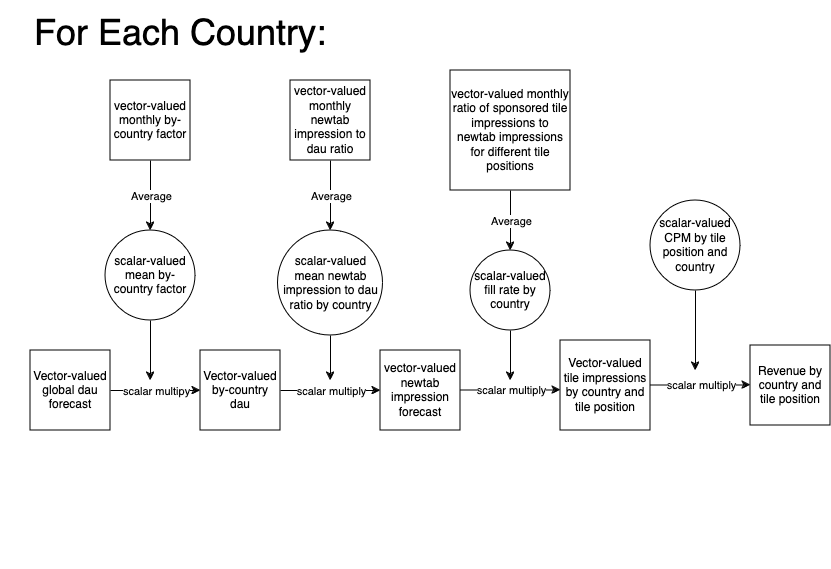
mozilla/moz-forecasting keeps this draw.io diagram as moz_forecasting/ad_tiles_forecast/desktop_tiles_flow.drawio.png. Above is the earlier version. Source tidied: cells renumbered, new cells last; positions are measured from the earlier drawing's top-left corner, leaving out a move shared by most shapes.
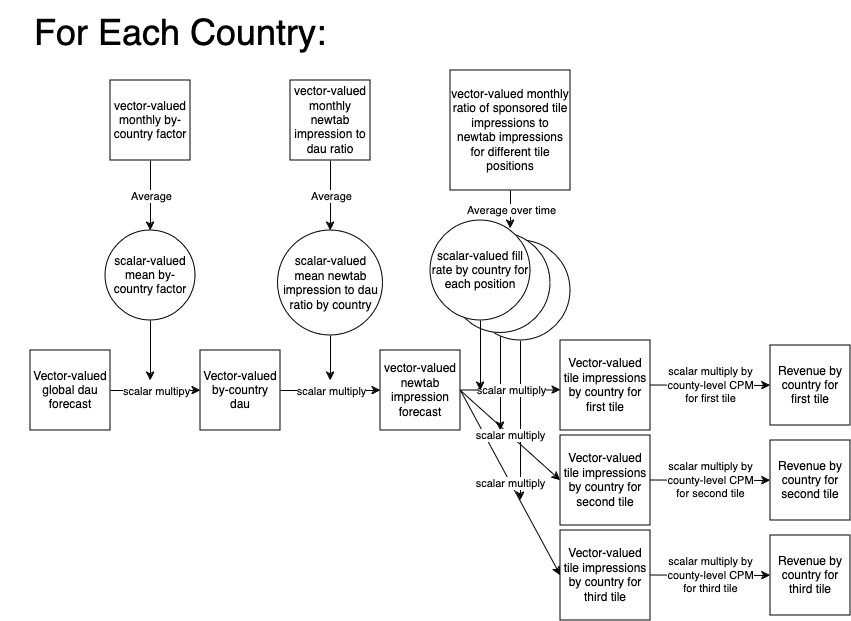
The same diagram one commit later.

Commit message:
Update tiles direct sales (#18)

Diff of the diagram source:
```diff
@@ -2,6 +2,28 @@
   <root>
     <mxCell id="0" />
     <mxCell id="1" parent="0" />
+    <mxCell id="34" value="&lt;div&gt;Vector-valued tile impressions&lt;/div&gt;&lt;div&gt;by country for third tile&lt;/div&gt;" style="whiteSpace=wrap;html=1;" parent="1" vertex="1">
+      <mxGeometry x="560" y="530" width="90" height="90" as="geometry" />
+    </mxCell>
+    <mxCell id="35" value="&lt;div&gt;Vector-valued tile impressions&lt;/div&gt;&lt;div&gt;by country for second tile&lt;br&gt;&lt;/div&gt;" style="whiteSpace=wrap;html=1;" parent="1" vertex="1">
+      <mxGeometry x="560" y="435" width="90" height="90" as="geometry" />
+    </mxCell>
+    <mxCell id="36" style="endArrow=classic;html=1;rounded=0;exitX=0.5;exitY=1;exitDx=0;exitDy=0;" parent="1" edge="1" source="38">
+      <mxGeometry relative="1" as="geometry">
+        <mxPoint x="520" y="500" as="targetPoint" />
+      </mxGeometry>
+    </mxCell>
+    <mxCell id="37" style="endArrow=classic;html=1;rounded=0;exitX=0.5;exitY=1;exitDx=0;exitDy=0;" parent="1" edge="1" source="39">
+      <mxGeometry relative="1" as="geometry">
+        <mxPoint x="500" y="430" as="targetPoint" />
+      </mxGeometry>
+    </mxCell>
+    <mxCell id="38" style="ellipse;whiteSpace=wrap;html=1;" parent="1" vertex="1">
+      <mxGeometry x="470" y="240" width="100" height="100" as="geometry" />
+    </mxCell>
+    <mxCell id="39" style="ellipse;whiteSpace=wrap;html=1;" parent="1" vertex="1">
+      <mxGeometry x="450" y="232.5" width="100" height="100" as="geometry" />
+    </mxCell>
     <mxCell id="2" value="Vector-valued global dau forecast" style="whiteSpace=wrap;html=1;" parent="1" vertex="1">
       <mxGeometry x="30" y="350" width="80" height="80" as="geometry" />
     </mxCell>
@@ -48,8 +70,8 @@
     <mxCell id="14" value="scalar multiply" style="edgeLabel;html=1;align=center;verticalAlign=middle;" parent="13" vertex="1">
       <mxGeometry relative="1" as="geometry" />
     </mxCell>
-    <mxCell id="15" value="scalar-valued fill rate by country " style="ellipse;whiteSpace=wrap;html=1;" parent="1" vertex="1">
-      <mxGeometry x="470" y="250" width="80" height="80" as="geometry" />
+    <mxCell id="15" value="&lt;div&gt;scalar-valued fill rate by country for&lt;/div&gt;&lt;div&gt;each position&lt;br&gt; &lt;/div&gt;" style="ellipse;whiteSpace=wrap;html=1;" parent="1" vertex="1">
+      <mxGeometry x="430" y="220" width="100" height="100" as="geometry" />
     </mxCell>
     <mxCell id="16" value="vector-valued monthly by-country factor" style="whiteSpace=wrap;html=1;" parent="1" vertex="1">
       <mxGeometry x="110" y="80" width="80" height="80" as="geometry" />
@@ -78,42 +100,72 @@
     <mxCell id="23" value="&lt;div&gt;vector-valued monthly ratio of sponsored tile impressions to newtab impressions&lt;/div&gt;&lt;div&gt;for different tile positions&lt;br&gt;&lt;/div&gt;" style="whiteSpace=wrap;html=1;" parent="1" vertex="1">
       <mxGeometry x="450" y="70" width="120" height="120" as="geometry" />
     </mxCell>
-    <mxCell id="24" style="endArrow=classic;html=1;rounded=0;exitX=0.5;exitY=1;exitDx=0;exitDy=0;entryX=0.5;entryY=0;entryDx=0;entryDy=0;" parent="1" edge="1" source="23" target="15">
-      <mxGeometry relative="1" as="geometry" />
+    <mxCell id="24" style="endArrow=classic;html=1;rounded=0;exitX=0.5;exitY=1;exitDx=0;exitDy=0;" parent="1" edge="1" source="23">
+      <mxGeometry relative="1" as="geometry">
+        <mxPoint x="510" y="228" as="targetPoint" />
+      </mxGeometry>
     </mxCell>
-    <mxCell id="25" value="Average" style="edgeLabel;html=1;align=center;verticalAlign=middle;" parent="24" vertex="1">
+    <mxCell id="25" value="Average over time" style="edgeLabel;html=1;align=center;verticalAlign=middle;" parent="24" vertex="1">
       <mxGeometry relative="1" as="geometry" />
     </mxCell>
-    <mxCell id="26" style="endArrow=classic;html=1;rounded=0;exitX=0.5;exitY=1;exitDx=0;exitDy=0;" parent="1" edge="1" source="15">
+    <mxCell id="26" style="endArrow=classic;html=1;rounded=0;" parent="1" edge="1">
       <mxGeometry relative="1" as="geometry">
-        <mxPoint x="510" y="380" as="targetPoint" />
+        <mxPoint x="480" y="320" as="sourcePoint" />
+        <mxPoint x="480" y="390" as="targetPoint" />
       </mxGeometry>
     </mxCell>
-    <mxCell id="27" value="&lt;div&gt;Vector-valued tile impressions&lt;/div&gt;&lt;div&gt;by country and tile position&lt;br&gt;&lt;/div&gt;" style="whiteSpace=wrap;html=1;" parent="1" vertex="1">
+    <mxCell id="27" value="&lt;div&gt;Vector-valued tile impressions&lt;/div&gt;&lt;div&gt;by country for first tile&lt;br&gt;&lt;/div&gt;" style="whiteSpace=wrap;html=1;" parent="1" vertex="1">
       <mxGeometry x="560" y="340" width="90" height="90" as="geometry" />
     </mxCell>
-    <mxCell id="28" value="scalar-valued CPM by tile position and country" style="ellipse;whiteSpace=wrap;html=1;" parent="1" vertex="1">
-      <mxGeometry x="650" y="200" width="90" height="90" as="geometry" />
-    </mxCell>
-    <mxCell id="29" style="endArrow=classic;html=1;rounded=0;" parent="1" edge="1">
+    <mxCell id="29" style="endArrow=classic;html=1;rounded=0;entryX=0;entryY=0.5;entryDx=0;entryDy=0;" parent="1" edge="1" target="31">
       <mxGeometry relative="1" as="geometry">
         <mxPoint x="650" y="384.5" as="sourcePoint" />
-        <mxPoint x="750" y="384.5" as="targetPoint" />
       </mxGeometry>
     </mxCell>
-    <mxCell id="30" value="scalar multiply" style="edgeLabel;html=1;align=center;verticalAlign=middle;" parent="29" vertex="1">
+    <mxCell id="30" value="&lt;div&gt;scalar multiply by&lt;/div&gt;&lt;div&gt;county-level CPM&lt;/div&gt;&lt;div&gt;for first tile&lt;br&gt;&lt;/div&gt;" style="edgeLabel;html=1;align=center;verticalAlign=middle;" parent="29" vertex="1">
       <mxGeometry relative="1" as="geometry" />
     </mxCell>
-    <mxCell id="31" value="Revenue by country and tile position" style="whiteSpace=wrap;html=1;" parent="1" vertex="1">
-      <mxGeometry x="750" y="345" width="80" height="80" as="geometry" />
+    <mxCell id="31" value="Revenue by country for first tile" style="whiteSpace=wrap;html=1;" parent="1" vertex="1">
+      <mxGeometry x="770" y="345" width="80" height="80" as="geometry" />
     </mxCell>
-    <mxCell id="32" style="endArrow=classic;html=1;rounded=0;exitX=0.5;exitY=1;exitDx=0;exitDy=0;" parent="1" edge="1" source="28">
-      <mxGeometry relative="1" as="geometry">
-        <mxPoint x="695" y="370" as="targetPoint" />
-      </mxGeometry>
-    </mxCell>
     <mxCell id="33" value="&lt;font style=&quot;font-size: 36px;&quot;&gt;For Each Country:&lt;/font&gt;" style="text;html=1;align=center;verticalAlign=middle;whiteSpace=wrap;rounded=0;" parent="1" vertex="1">
       <mxGeometry width="360" height="70" as="geometry" />
     </mxCell>
+    <mxCell id="40" style="endArrow=classic;html=1;rounded=0;entryX=0;entryY=0.5;entryDx=0;entryDy=0;exitX=1;exitY=0.5;exitDx=0;exitDy=0;" parent="1" edge="1" source="10" target="34">
+      <mxGeometry relative="1" as="geometry" />
+    </mxCell>
+    <mxCell id="41" value="scalar multiply" style="edgeLabel;html=1;align=center;verticalAlign=middle;" parent="40" vertex="1">
+      <mxGeometry relative="1" as="geometry" />
+    </mxCell>
+    <mxCell id="42" style="endArrow=classic;html=1;rounded=0;entryX=0;entryY=0.5;entryDx=0;entryDy=0;" parent="1" edge="1" target="35">
+      <mxGeometry relative="1" as="geometry">
+        <mxPoint x="460" y="390" as="sourcePoint" />
+      </mxGeometry>
+    </mxCell>
+    <mxCell id="43" value="scalar multiply" style="edgeLabel;html=1;align=center;verticalAlign=middle;" parent="42" vertex="1">
+      <mxGeometry relative="1" as="geometry" />
+    </mxCell>
+    <mxCell id="44" style="endArrow=classic;html=1;rounded=0;entryX=0;entryY=0.5;entryDx=0;entryDy=0;" parent="1" edge="1" target="46">
+      <mxGeometry relative="1" as="geometry">
+        <mxPoint x="650" y="479.5" as="sourcePoint" />
+      </mxGeometry>
+    </mxCell>
+    <mxCell id="45" value="&lt;div&gt;scalar multiply by&lt;/div&gt;&lt;div&gt;county-level CPM&lt;br&gt;&lt;/div&gt;&lt;div&gt;for second tile&lt;br&gt;&lt;/div&gt;" style="edgeLabel;html=1;align=center;verticalAlign=middle;" parent="44" vertex="1">
+      <mxGeometry relative="1" as="geometry" />
+    </mxCell>
+    <mxCell id="46" value="Revenue by country for second tile" style="whiteSpace=wrap;html=1;" parent="1" vertex="1">
+      <mxGeometry x="770" y="440" width="80" height="80" as="geometry" />
+    </mxCell>
+    <mxCell id="47" style="endArrow=classic;html=1;rounded=0;entryX=0;entryY=0.5;entryDx=0;entryDy=0;" parent="1" edge="1" target="49">
+      <mxGeometry relative="1" as="geometry">
+        <mxPoint x="650" y="574.5" as="sourcePoint" />
+      </mxGeometry>
+    </mxCell>
+    <mxCell id="48" value="&lt;div&gt;scalar multiply by&lt;/div&gt;&lt;div&gt;county-level CPM&lt;br&gt;&lt;/div&gt;&lt;div&gt;for third tile&lt;br&gt;&lt;/div&gt;" style="edgeLabel;html=1;align=center;verticalAlign=middle;" parent="47" vertex="1">
+      <mxGeometry relative="1" as="geometry" />
+    </mxCell>
+    <mxCell id="49" value="Revenue by country for third tile" style="whiteSpace=wrap;html=1;" parent="1" vertex="1">
+      <mxGeometry x="770" y="535" width="80" height="80" as="geometry" />
+    </mxCell>
   </root>
 </mxGraphModel>
```
